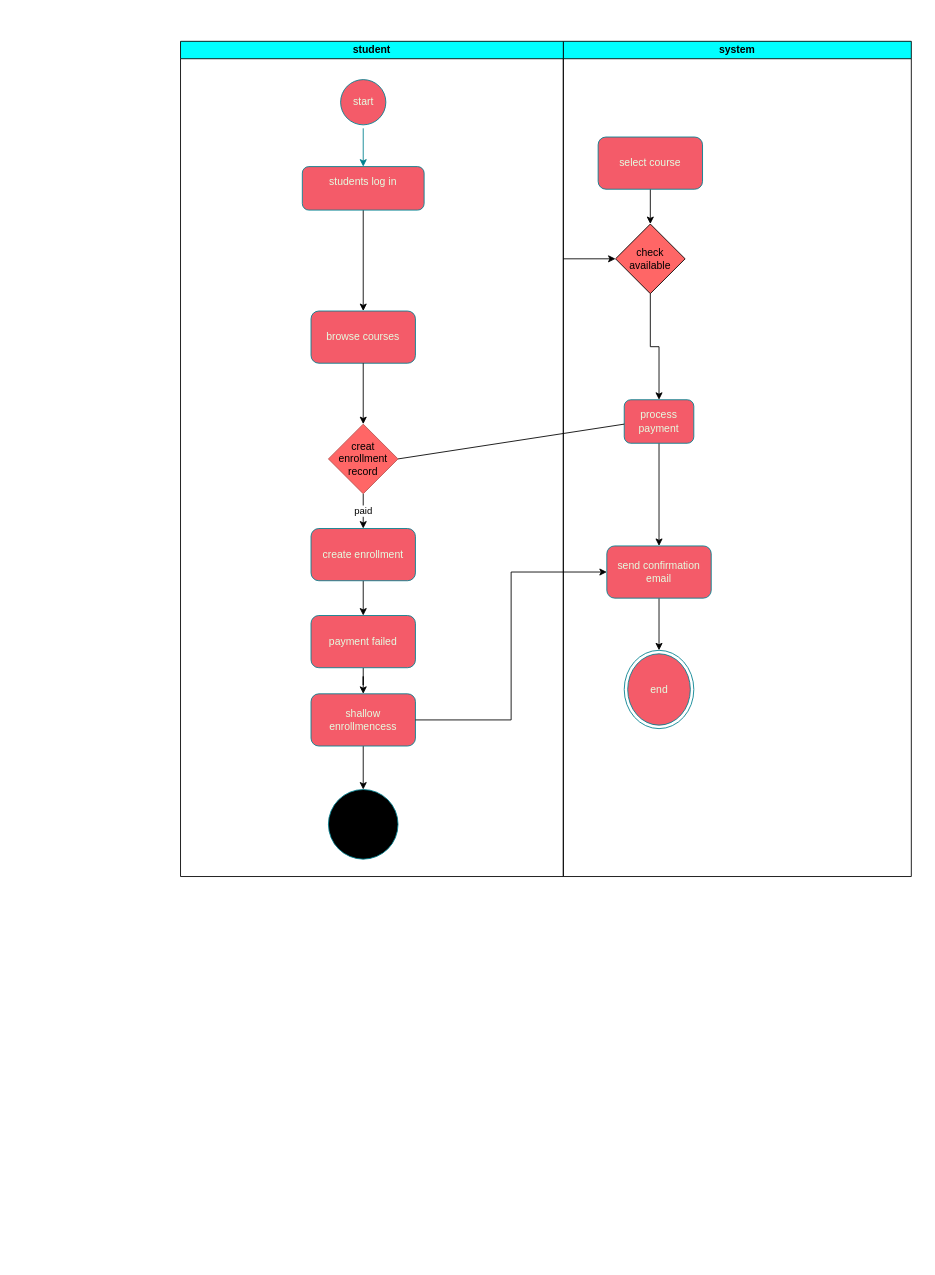
rinadmostafa68-svg/Lab-6 keeps this draw.io diagram as Untitled Diagram.drawio. Above is the earlier version. Source tidied: cells renumbered, new cells numbered last; positions are measured from the earlier drawing's top-left corner, leaving out a move shared by most shapes. Both pictures are drawn from the tidied source at 87%, with x=0, y=0 at pixel (180, 41).
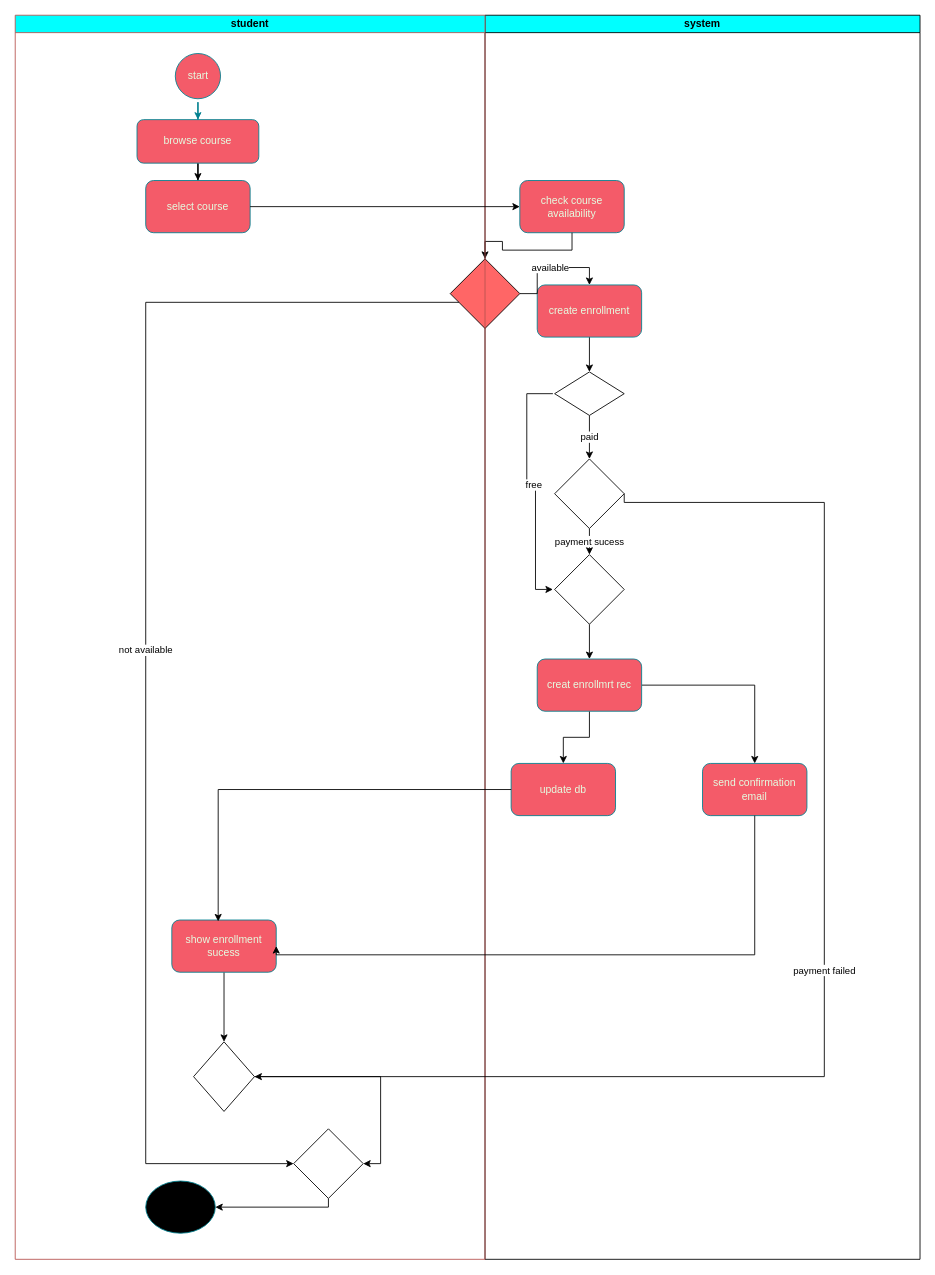
Above is the later version.

Change to the diagram source:
```diff
@@
     <mxCell id="2" value="system" style="swimlane;startSize=20;whiteSpace=wrap;html=1;fillColor=#00FFFF;" parent="1" vertex="1">
-      <mxGeometry x="440" width="400" height="960" as="geometry" />
+      <mxGeometry x="350" y="-30" width="500" height="1430" as="geometry" />
     </mxCell>
-    <mxCell id="3" style="edgeStyle=orthogonalEdgeStyle;rounded=0;jettySize=auto;html=1;" parent="2" edge="1" source="4" target="5">
-      <mxGeometry relative="1" as="geometry" />
-    </mxCell>
-    <mxCell id="4" value="select course" style="rounded=1;whiteSpace=wrap;html=1;labelBackgroundColor=none;fillColor=#F45B69;strokeColor=#028090;fontColor=#E4FDE1;" parent="2" vertex="1">
-      <mxGeometry x="40" y="110" width="120" height="60" as="geometry" />
+    <mxCell id="4" value="check course availability" style="rounded=1;whiteSpace=wrap;html=1;labelBackgroundColor=none;fillColor=#F45B69;strokeColor=#028090;fontColor=#E4FDE1;" parent="2" vertex="1">
+      <mxGeometry x="40" y="190" width="120" height="60" as="geometry" />
     </mxCell>
-    <mxCell id="5" value="check available" style="rhombus;whiteSpace=wrap;html=1;fillColor=#FF6666;" parent="2" vertex="1">
-      <mxGeometry x="60" y="210" width="80" height="80" as="geometry" />
-    </mxCell>
-    <mxCell id="6" style="edgeStyle=orthogonalEdgeStyle;rounded=0;jettySize=auto;html=1;" parent="2" edge="1" source="7" target="8">
-      <mxGeometry relative="1" as="geometry" />
-    </mxCell>
     <mxCell id="7" value="send confirmation email" style="rounded=1;whiteSpace=wrap;html=1;labelBackgroundColor=none;fillColor=#F45B69;strokeColor=#028090;fontColor=#E4FDE1;" parent="2" vertex="1">
-      <mxGeometry x="50" y="580" width="120" height="60" as="geometry" />
+      <mxGeometry x="250" y="860" width="120" height="60" as="geometry" />
     </mxCell>
-    <mxCell id="8" value="end" style="ellipse;html=1;shape=endState;fillColor=#F45B69;strokeColor=#028090;labelBackgroundColor=none;fontColor=#E4FDE1;" parent="2" vertex="1">
-      <mxGeometry x="70" y="700" width="80" height="90" as="geometry" />
-    </mxCell>
+    <mxCell id="32" style="edgeStyle=orthogonalEdgeStyle;rounded=0;jettySize=auto;html=1;entryX=0.5;entryY=0;entryDx=0;entryDy=0;" parent="2" edge="1" source="19" target="34">
+      <mxGeometry relative="1" as="geometry" />
+    </mxCell>
+    <mxCell id="19" value="create enrollment" style="rounded=1;whiteSpace=wrap;html=1;labelBackgroundColor=none;fillColor=#F45B69;strokeColor=#028090;fontColor=#E4FDE1;" parent="2" vertex="1">
+      <mxGeometry x="60" y="310" width="120" height="60" as="geometry" />
+    </mxCell>
+    <mxCell id="15" value="paid" style="edgeStyle=orthogonalEdgeStyle;rounded=0;jettySize=auto;html=1;" parent="2" edge="1" source="34" target="39">
+      <mxGeometry relative="1" as="geometry" />
+    </mxCell>
+    <mxCell id="33" value="free" style="edgeStyle=orthogonalEdgeStyle;rounded=0;orthogonalLoop=1;jettySize=auto;html=1;entryX=0;entryY=0.5;entryDx=0;entryDy=0;" parent="2" edge="1">
+      <mxGeometry relative="1" as="geometry">
+        <mxPoint x="78" y="435" as="sourcePoint" />
+        <mxPoint x="78" y="660" as="targetPoint" />
+        <Array as="points">
+          <mxPoint x="48" y="435" />
+          <mxPoint x="48" y="540" />
+          <mxPoint x="58" y="540" />
+          <mxPoint x="58" y="660" />
+        </Array>
+      </mxGeometry>
+    </mxCell>
+    <mxCell id="34" style="rhombus;whiteSpace=wrap;html=1;" parent="2" vertex="1">
+      <mxGeometry x="80" y="410" width="80" height="50" as="geometry" />
+    </mxCell>
+    <mxCell id="35" style="rhombus;whiteSpace=wrap;html=1;fillColor=#FF6666;" parent="2" vertex="1">
+      <mxGeometry x="-40" y="280" width="80" height="80" as="geometry" />
+    </mxCell>
+    <mxCell id="36" style="edgeStyle=orthogonalEdgeStyle;rounded=0;jettySize=auto;html=1;entryX=0.5;entryY=0;entryDx=0;entryDy=0;" parent="2" edge="1" source="4" target="35">
+      <mxGeometry relative="1" as="geometry" />
+    </mxCell>
+    <mxCell id="37" value="available" style="edgeStyle=orthogonalEdgeStyle;rounded=0;jettySize=auto;html=1;exitX=1;exitY=0.5;exitDx=0;exitDy=0;entryX=0.5;entryY=0;entryDx=0;entryDy=0;" parent="2" edge="1" source="35" target="19">
+      <mxGeometry relative="1" as="geometry" />
+    </mxCell>
+    <mxCell id="38" value="payment sucess" style="edgeStyle=orthogonalEdgeStyle;rounded=0;jettySize=auto;html=1;" parent="2" edge="1" source="39" target="41">
+      <mxGeometry relative="1" as="geometry" />
+    </mxCell>
+    <mxCell id="39" style="rhombus;whiteSpace=wrap;html=1;" parent="2" vertex="1">
+      <mxGeometry x="80" y="510" width="80" height="80" as="geometry" />
+    </mxCell>
+    <mxCell id="40" style="edgeStyle=orthogonalEdgeStyle;rounded=0;jettySize=auto;html=1;" parent="2" edge="1" source="41" target="44">
+      <mxGeometry relative="1" as="geometry" />
+    </mxCell>
+    <mxCell id="41" style="rhombus;whiteSpace=wrap;html=1;" parent="2" vertex="1">
+      <mxGeometry x="80" y="620" width="80" height="80" as="geometry" />
+    </mxCell>
+    <mxCell id="42" style="edgeStyle=orthogonalEdgeStyle;rounded=0;jettySize=auto;html=1;entryX=0.5;entryY=0;entryDx=0;entryDy=0;" parent="2" edge="1" source="44" target="7">
+      <mxGeometry relative="1" as="geometry" />
+    </mxCell>
+    <mxCell id="43" style="edgeStyle=orthogonalEdgeStyle;rounded=0;jettySize=auto;html=1;entryX=0.5;entryY=0;entryDx=0;entryDy=0;" parent="2" edge="1" source="44" target="21">
+      <mxGeometry relative="1" as="geometry" />
+    </mxCell>
+    <mxCell id="44" value="creat enrollmrt rec" style="rounded=1;whiteSpace=wrap;html=1;labelBackgroundColor=none;fillColor=#F45B69;strokeColor=#028090;fontColor=#E4FDE1;" parent="2" vertex="1">
+      <mxGeometry x="60" y="740" width="120" height="60" as="geometry" />
+    </mxCell>
+    <mxCell id="21" value="update db" style="rounded=1;whiteSpace=wrap;html=1;labelBackgroundColor=none;fillColor=#F45B69;strokeColor=#028090;fontColor=#E4FDE1;" parent="2" vertex="1">
+      <mxGeometry x="30" y="860" width="120" height="60" as="geometry" />
+    </mxCell>
-    <mxCell id="9" value="student" style="swimlane;startSize=20;whiteSpace=wrap;html=1;fillColor=#00FFFF;" parent="1" vertex="1">
-      <mxGeometry width="440" height="960" as="geometry" />
+    <mxCell id="9" value="student" style="swimlane;startSize=20;whiteSpace=wrap;html=1;fillColor=#00FFFF;strokeColor=#b85450;" parent="1" vertex="1">
+      <mxGeometry x="-190" y="-30" width="540" height="1430" as="geometry" />
     </mxCell>
@@
-    <mxCell id="12" value="students log in&lt;div&gt;&lt;br&gt;&lt;/div&gt;" style="rounded=1;whiteSpace=wrap;html=1;labelBackgroundColor=none;fillColor=#F45B69;strokeColor=#028090;fontColor=#E4FDE1;" parent="9" vertex="1">
-      <mxGeometry x="140" y="144" width="140" height="50" as="geometry" />
+    <mxCell id="12" value="browse course" style="rounded=1;whiteSpace=wrap;html=1;labelBackgroundColor=none;fillColor=#F45B69;strokeColor=#028090;fontColor=#E4FDE1;" parent="9" vertex="1">
+      <mxGeometry x="140" y="120" width="140" height="50" as="geometry" />
     </mxCell>
@@
-    <mxCell id="14" value="browse courses" style="rounded=1;whiteSpace=wrap;html=1;labelBackgroundColor=none;fillColor=#F45B69;strokeColor=#028090;fontColor=#E4FDE1;" parent="9" vertex="1">
-      <mxGeometry x="150" y="310" width="120" height="60" as="geometry" />
+    <mxCell id="14" value="select course" style="rounded=1;whiteSpace=wrap;html=1;labelBackgroundColor=none;fillColor=#F45B69;strokeColor=#028090;fontColor=#E4FDE1;" parent="9" vertex="1">
+      <mxGeometry x="150" y="190" width="120" height="60" as="geometry" />
     </mxCell>
-    <mxCell id="15" value="paid" style="edgeStyle=orthogonalEdgeStyle;rounded=0;jettySize=auto;html=1;" parent="9" edge="1" source="16" target="19">
-      <mxGeometry relative="1" as="geometry" />
-    </mxCell>
-    <mxCell id="16" value="creat enrollment&lt;div&gt;record&lt;/div&gt;" style="rhombus;whiteSpace=wrap;html=1;fillColor=#FF6666;strokeColor=#b85450;" parent="9" vertex="1">
-      <mxGeometry x="170" y="440" width="80" height="80" as="geometry" />
-    </mxCell>
-    <mxCell id="17" style="edgeStyle=orthogonalEdgeStyle;rounded=0;jettySize=auto;html=1;" parent="9" edge="1" source="14" target="16">
-      <mxGeometry relative="1" as="geometry" />
-    </mxCell>
-    <mxCell id="18" style="edgeStyle=orthogonalEdgeStyle;rounded=0;jettySize=auto;html=1;" parent="9" edge="1" source="19" target="21">
-      <mxGeometry relative="1" as="geometry" />
-    </mxCell>
-    <mxCell id="19" value="create enrollment" style="rounded=1;whiteSpace=wrap;html=1;labelBackgroundColor=none;fillColor=#F45B69;strokeColor=#028090;fontColor=#E4FDE1;" parent="9" vertex="1">
-      <mxGeometry x="150" y="560" width="120" height="60" as="geometry" />
-    </mxCell>
-    <mxCell id="20" style="edgeStyle=orthogonalEdgeStyle;rounded=0;jettySize=auto;html=1;" parent="9" edge="1" source="21" target="23">
-      <mxGeometry relative="1" as="geometry" />
-    </mxCell>
-    <mxCell id="21" value="payment failed" style="rounded=1;whiteSpace=wrap;html=1;labelBackgroundColor=none;fillColor=#F45B69;strokeColor=#028090;fontColor=#E4FDE1;" parent="9" vertex="1">
-      <mxGeometry x="150" y="660" width="120" height="60" as="geometry" />
-    </mxCell>
-    <mxCell id="22" style="edgeStyle=orthogonalEdgeStyle;rounded=0;jettySize=auto;html=1;" parent="9" edge="1" source="23" target="24">
-      <mxGeometry relative="1" as="geometry" />
-    </mxCell>
+    <mxCell id="45" style="edgeStyle=orthogonalEdgeStyle;rounded=0;jettySize=auto;html=1;" parent="9" edge="1" source="23" target="47">
+      <mxGeometry relative="1" as="geometry" />
+    </mxCell>
-    <mxCell id="23" value="shallow enrollmencess" style="rounded=1;whiteSpace=wrap;html=1;labelBackgroundColor=none;fillColor=#F45B69;strokeColor=#028090;fontColor=#E4FDE1;" parent="9" vertex="1">
-      <mxGeometry x="150" y="750" width="120" height="60" as="geometry" />
+    <mxCell id="23" value="show enrollment sucess" style="rounded=1;whiteSpace=wrap;html=1;labelBackgroundColor=none;fillColor=#F45B69;strokeColor=#028090;fontColor=#E4FDE1;" parent="9" vertex="1">
+      <mxGeometry x="180" y="1040" width="120" height="60" as="geometry" />
     </mxCell>
+    <mxCell id="46" style="edgeStyle=orthogonalEdgeStyle;rounded=0;jettySize=auto;html=1;entryX=1;entryY=0.5;entryDx=0;entryDy=0;" parent="9" edge="1" source="47" target="49">
+      <mxGeometry relative="1" as="geometry" />
+    </mxCell>
+    <mxCell id="47" style="rhombus;whiteSpace=wrap;html=1;" parent="9" vertex="1">
+      <mxGeometry x="205" y="1180" width="70" height="80" as="geometry" />
+    </mxCell>
+    <mxCell id="48" style="edgeStyle=orthogonalEdgeStyle;rounded=0;jettySize=auto;html=1;" parent="9" edge="1" source="49" target="24">
+      <mxGeometry relative="1" as="geometry">
+        <Array as="points">
+          <mxPoint x="360" y="1370" />
+        </Array>
+      </mxGeometry>
+    </mxCell>
+    <mxCell id="49" style="rhombus;whiteSpace=wrap;html=1;" parent="9" vertex="1">
+      <mxGeometry x="320" y="1280" width="80" height="80" as="geometry" />
+    </mxCell>
     <mxCell id="24" style="ellipse;whiteSpace=wrap;html=1;fillColor=#000000;strokeColor=#028090;fontColor=#E4FDE1;rounded=1;labelBackgroundColor=none;" parent="9" vertex="1">
-      <mxGeometry x="170" y="860" width="80" height="80" as="geometry" />
+      <mxGeometry x="150" y="1340" width="80" height="60" as="geometry" />
     </mxCell>
@@
-    <mxCell id="26" style="edgeStyle=orthogonalEdgeStyle;rounded=0;jettySize=auto;html=1;" parent="1" edge="1" source="27" target="7">
-      <mxGeometry relative="1" as="geometry">
-        <Array as="points">
-          <mxPoint x="550" y="570" />
-          <mxPoint x="550" y="570" />
-        </Array>
-      </mxGeometry>
-    </mxCell>
-    <mxCell id="27" value="process payment" style="rounded=1;whiteSpace=wrap;html=1;labelBackgroundColor=none;fillColor=#F45B69;strokeColor=#028090;fontColor=#E4FDE1;" parent="1" vertex="1">
-      <mxGeometry x="510" y="412" width="80" height="50" as="geometry" />
-    </mxCell>
-    <mxCell id="28" style="edgeStyle=orthogonalEdgeStyle;rounded=0;jettySize=auto;html=1;entryX=0.5;entryY=0;entryDx=0;entryDy=0;" parent="1" edge="1" source="5" target="27">
-      <mxGeometry relative="1" as="geometry" />
-    </mxCell>
-    <mxCell id="29" style="edgeStyle=orthogonalEdgeStyle;rounded=0;jettySize=auto;html=1;entryX=0;entryY=0.5;entryDx=0;entryDy=0;" parent="1" edge="1" source="23" target="7">
-      <mxGeometry relative="1" as="geometry" />
-    </mxCell>
-    <mxCell id="30" style="endArrow=none;html=1;rounded=0;exitX=1;exitY=0.5;exitDx=0;exitDy=0;" parent="1" edge="1" source="16">
-      <mxGeometry relative="1" as="geometry">
-        <mxPoint x="510" y="440" as="targetPoint" />
-      </mxGeometry>
-    </mxCell>
-    <mxCell id="31" style="endArrow=classic;html=1;rounded=0;entryX=0;entryY=0.5;entryDx=0;entryDy=0;" parent="1" edge="1" target="5">
-      <mxGeometry relative="1" as="geometry">
-        <mxPoint x="440" y="250" as="sourcePoint" />
-      </mxGeometry>
-    </mxCell>
+    <mxCell id="50" style="edgeStyle=orthogonalEdgeStyle;rounded=0;jettySize=auto;html=1;entryX=0;entryY=0.5;entryDx=0;entryDy=0;" parent="1" edge="1" source="14" target="4">
+      <mxGeometry relative="1" as="geometry" />
+    </mxCell>
+    <mxCell id="20" style="edgeStyle=orthogonalEdgeStyle;rounded=0;jettySize=auto;html=1;entryX=0.444;entryY=0.026;entryDx=0;entryDy=0;entryPerimeter=0;" parent="1" edge="1" source="21" target="23">
+      <mxGeometry relative="1" as="geometry" />
+    </mxCell>
+    <mxCell id="51" style="edgeStyle=orthogonalEdgeStyle;rounded=0;jettySize=auto;html=1;" parent="1" edge="1" source="7">
+      <mxGeometry relative="1" as="geometry">
+        <mxPoint x="110" y="1040" as="targetPoint" />
+        <Array as="points">
+          <mxPoint x="660" y="1050" />
+          <mxPoint x="110" y="1050" />
+        </Array>
+      </mxGeometry>
+    </mxCell>
+    <mxCell id="52" value="not available" style="edgeStyle=orthogonalEdgeStyle;rounded=0;jettySize=auto;html=1;entryX=0;entryY=0.5;entryDx=0;entryDy=0;" parent="1" edge="1" source="35" target="49">
+      <mxGeometry relative="1" as="geometry">
+        <Array as="points">
+          <mxPoint x="-40" y="300" />
+          <mxPoint x="-40" y="1290" />
+        </Array>
+      </mxGeometry>
+    </mxCell>
+    <mxCell id="53" value="payment failed" style="edgeStyle=orthogonalEdgeStyle;rounded=0;jettySize=auto;html=1;exitX=1;exitY=0.5;exitDx=0;exitDy=0;entryX=1;entryY=0.5;entryDx=0;entryDy=0;" parent="1" edge="1" source="39" target="47">
+      <mxGeometry relative="1" as="geometry">
+        <Array as="points">
+          <mxPoint x="740" y="530" />
+          <mxPoint x="740" y="1190" />
+        </Array>
+      </mxGeometry>
+    </mxCell>
```
